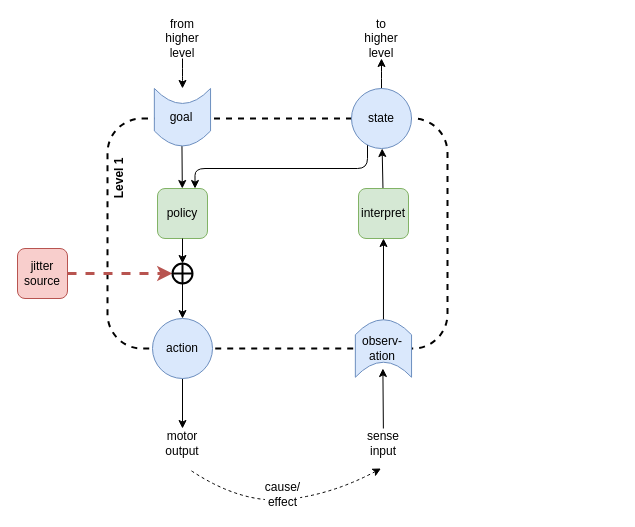
Earlier version of the draw.io diagram page "low-level-jitter" (4 of 16) of files/An-agi-architecture-v1.drawio (malcolmlett/malcolmlett.github.io). Source tidied: cells renumbered, new cells numbered last; positions are measured from the earlier drawing's top-left corner, leaving out a move shared by most shapes. Both pictures are drawn from the tidied source at 100%, with x=0, y=0 at pixel (17, 18).
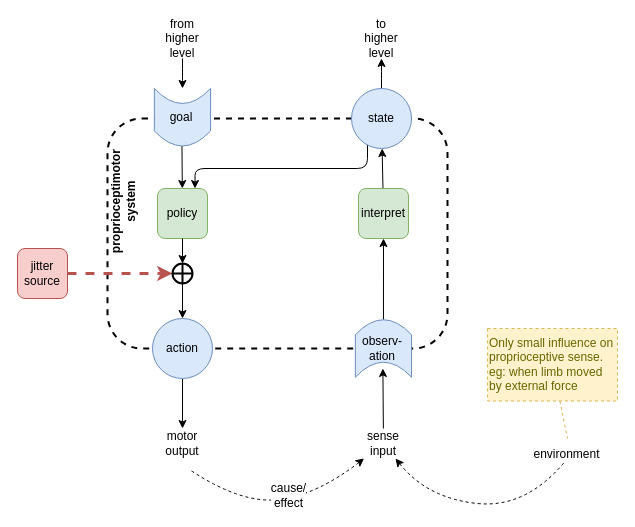
After the change.

The change refers to these unchanged cells:
```xml
<mxCell id="20" value="sense&lt;br&gt;input" style="text;html=1;strokeColor=none;fillColor=none;align=center;verticalAlign=middle;whiteSpace=wrap;rounded=0;labelBackgroundColor=none;sketch=0;fontSize=12;fontColor=#000000;" parent="1" vertex="1">
  <mxGeometry x="346" y="410" width="40" height="30" as="geometry" />
</mxCell>
```

Diff of the diagram source:
```diff
@@
-    <mxCell id="16" value="Level 1" style="text;html=1;strokeColor=none;fillColor=none;align=center;verticalAlign=middle;whiteSpace=wrap;rounded=0;sketch=1;rotation=-90;fontStyle=1;" parent="1" vertex="1">
-      <mxGeometry x="66.9" y="150" width="70" height="20" as="geometry" />
+    <mxCell id="16" value="proprioceptimotor system" style="text;html=1;strokeColor=none;fillColor=none;align=center;verticalAlign=middle;whiteSpace=wrap;rounded=0;sketch=1;rotation=-90;fontStyle=1;" parent="1" vertex="1">
+      <mxGeometry x="46.7" y="170.2" width="116.9" height="26.6" as="geometry" />
     </mxCell>
@@
-    <mxCell id="25" style="endArrow=classic;dashed=1;html=1;curved=1;endFill=1;" parent="1" edge="1">
+    <mxCell id="25" style="endArrow=classic;dashed=1;html=1;curved=1;endFill=1;" parent="1" edge="1" target="20">
       <mxGeometry relative="1" as="geometry">
         <mxPoint x="174" y="452.4" as="sourcePoint" />
-        <mxPoint x="363.5" y="450" as="targetPoint" />
         <Array as="points">
           <mxPoint x="224.9" y="485.9" />
-          <mxPoint x="314.9" y="475.9" />
+          <mxPoint x="300" y="476" />
         </Array>
       </mxGeometry>
     </mxCell>
@@
+    <mxCell id="31" style="endArrow=classic;dashed=1;html=1;curved=1;endFill=1;" parent="1" edge="1" target="20">
+      <mxGeometry relative="1" as="geometry">
+        <mxPoint x="550" y="440" as="sourcePoint" />
+        <Array as="points">
+          <mxPoint x="510" y="490" />
+          <mxPoint x="410" y="480" />
+        </Array>
+      </mxGeometry>
+    </mxCell>
+    <mxCell id="32" value="environment" style="edgeLabel;html=1;align=center;verticalAlign=middle;fontSize=12;" parent="31" vertex="1">
+      <mxGeometry x="-0.41" y="13" relative="1" as="geometry">
+        <mxPoint x="39.5" y="-67.6" as="offset" />
+      </mxGeometry>
+    </mxCell>
+    <mxCell id="33" value="Only small influence on proprioceptive sense.&lt;br&gt;eg: when limb moved by external force" style="rounded=0;whiteSpace=wrap;html=1;align=left;fillColor=#fff2cc;strokeColor=#d6b656;fontColor=#666600;dashed=1;" parent="1" vertex="1">
+      <mxGeometry x="470" y="310" width="130" height="72.5" as="geometry" />
+    </mxCell>
+    <mxCell id="34" style="rounded=0;jumpStyle=arc;jettySize=auto;html=1;strokeWidth=1;fontColor=#666600;dashed=1;strokeColor=#d6b656;fillColor=#fff2cc;endArrow=none;endFill=0;" parent="1" edge="1" source="33">
+      <mxGeometry relative="1" as="geometry">
+        <mxPoint x="550" y="420" as="targetPoint" />
+      </mxGeometry>
+    </mxCell>
```
